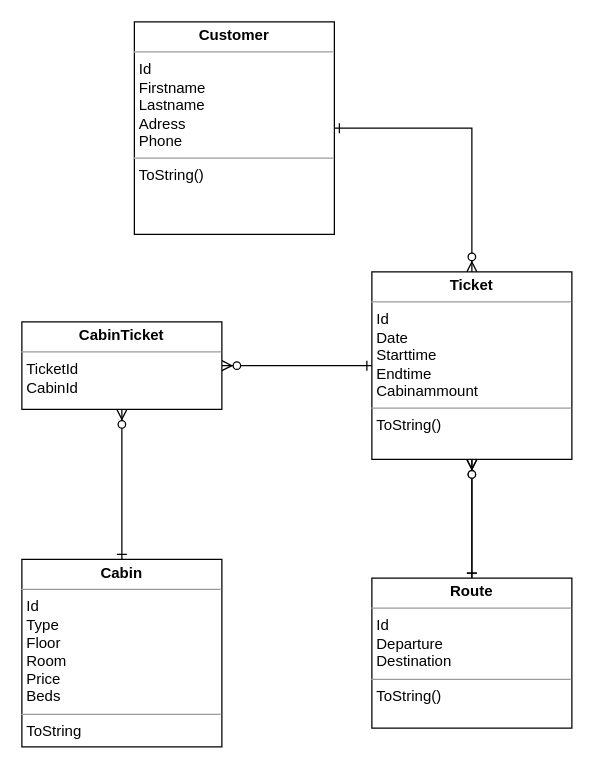
Earlier version of the draw.io diagram boatlineER.drawio (webappmet/boatline). Source tidied: cells renumbered, new cells numbered last; positions are measured from the earlier drawing's top-left corner, leaving out a move shared by most shapes. Both pictures are drawn from the tidied source at 125%, with x=0, y=0 at pixel (21, 21).
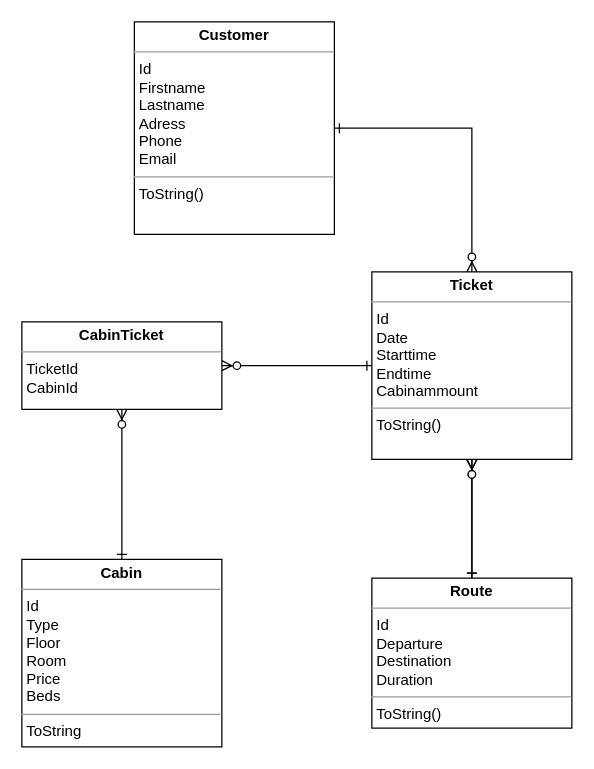
After the change.

The edit, as a diff of the source:
```diff
@@
 <mxGraphModel>
   <root>
     <mxCell id="0" />
     <mxCell id="1" parent="0" />
-    <mxCell id="2" value="&lt;p style=&quot;margin: 0px ; margin-top: 4px ; text-align: center&quot;&gt;&lt;b&gt;Customer&lt;/b&gt;&lt;/p&gt;&lt;hr size=&quot;1&quot;&gt;&lt;p style=&quot;margin: 0px ; margin-left: 4px&quot;&gt;Id&lt;/p&gt;&lt;p style=&quot;margin: 0px ; margin-left: 4px&quot;&gt;Firstname&lt;/p&gt;&lt;p style=&quot;margin: 0px ; margin-left: 4px&quot;&gt;Lastname&lt;/p&gt;&lt;p style=&quot;margin: 0px ; margin-left: 4px&quot;&gt;Adress&lt;/p&gt;&lt;p style=&quot;margin: 0px ; margin-left: 4px&quot;&gt;Phone&lt;/p&gt;&lt;hr size=&quot;1&quot;&gt;&lt;p style=&quot;margin: 0px ; margin-left: 4px&quot;&gt;ToString()&lt;/p&gt;" style="verticalAlign=top;align=left;overflow=fill;fontSize=12;fontFamily=Helvetica;html=1;" parent="1" vertex="1">
+    <mxCell id="2" value="&lt;p style=&quot;margin: 0px ; margin-top: 4px ; text-align: center&quot;&gt;&lt;b&gt;Customer&lt;/b&gt;&lt;/p&gt;&lt;hr size=&quot;1&quot;&gt;&lt;p style=&quot;margin: 0px ; margin-left: 4px&quot;&gt;Id&lt;/p&gt;&lt;p style=&quot;margin: 0px ; margin-left: 4px&quot;&gt;Firstname&lt;/p&gt;&lt;p style=&quot;margin: 0px ; margin-left: 4px&quot;&gt;Lastname&lt;/p&gt;&lt;p style=&quot;margin: 0px ; margin-left: 4px&quot;&gt;Adress&lt;/p&gt;&lt;p style=&quot;margin: 0px ; margin-left: 4px&quot;&gt;Phone&lt;/p&gt;&lt;p style=&quot;margin: 0px ; margin-left: 4px&quot;&gt;Email&lt;/p&gt;&lt;hr size=&quot;1&quot;&gt;&lt;p style=&quot;margin: 0px ; margin-left: 4px&quot;&gt;ToString()&lt;/p&gt;" style="verticalAlign=top;align=left;overflow=fill;fontSize=12;fontFamily=Helvetica;html=1;" parent="1" vertex="1">
       <mxGeometry x="90" width="160" height="170" as="geometry" />
     </mxCell>
     <mxCell id="3" style="edgeStyle=orthogonalEdgeStyle;rounded=0;jettySize=auto;html=1;entryX=1;entryY=0.5;entryDx=0;entryDy=0;endArrow=ERone;endFill=0;startArrow=ERzeroToMany;startFill=1;exitX=0.5;exitY=0;exitDx=0;exitDy=0;" parent="1" edge="1" source="5" target="2">
       <mxGeometry relative="1" as="geometry" />
     </mxCell>
     <mxCell id="4" style="edgeStyle=orthogonalEdgeStyle;rounded=0;jettySize=auto;html=1;startArrow=ERzeroToMany;startFill=1;endArrow=ERone;endFill=0;" parent="1" edge="1" source="5" target="8">
       <mxGeometry relative="1" as="geometry" />
     </mxCell>
     <mxCell id="5" value="&lt;p style=&quot;margin: 0px ; margin-top: 4px ; text-align: center&quot;&gt;&lt;b&gt;Ticket&lt;/b&gt;&lt;/p&gt;&lt;hr size=&quot;1&quot;&gt;&lt;p style=&quot;margin: 0px ; margin-left: 4px&quot;&gt;Id&lt;/p&gt;&lt;p style=&quot;margin: 0px ; margin-left: 4px&quot;&gt;Date&lt;/p&gt;&lt;p style=&quot;margin: 0px ; margin-left: 4px&quot;&gt;Starttime&lt;/p&gt;&lt;p style=&quot;margin: 0px ; margin-left: 4px&quot;&gt;Endtime&lt;/p&gt;&lt;p style=&quot;margin: 0px ; margin-left: 4px&quot;&gt;Cabinammount&lt;/p&gt;&lt;hr size=&quot;1&quot;&gt;&lt;p style=&quot;margin: 0px ; margin-left: 4px&quot;&gt;ToString()&lt;/p&gt;" style="verticalAlign=top;align=left;overflow=fill;fontSize=12;fontFamily=Helvetica;html=1;" parent="1" vertex="1">
       <mxGeometry x="280" y="200" width="160" height="150" as="geometry" />
     </mxCell>
     <mxCell id="6" value="&lt;p style=&quot;margin: 0px ; margin-top: 4px ; text-align: center&quot;&gt;&lt;b&gt;Cabin&lt;/b&gt;&lt;/p&gt;&lt;hr size=&quot;1&quot;&gt;&lt;p style=&quot;margin: 0px ; margin-left: 4px&quot;&gt;Id&lt;/p&gt;&lt;p style=&quot;margin: 0px ; margin-left: 4px&quot;&gt;Type&lt;/p&gt;&lt;p style=&quot;margin: 0px ; margin-left: 4px&quot;&gt;Floor&lt;/p&gt;&lt;p style=&quot;margin: 0px ; margin-left: 4px&quot;&gt;Room&lt;/p&gt;&lt;p style=&quot;margin: 0px ; margin-left: 4px&quot;&gt;Price&lt;/p&gt;&lt;p style=&quot;margin: 0px ; margin-left: 4px&quot;&gt;Beds&lt;/p&gt;&lt;hr size=&quot;1&quot;&gt;&lt;p style=&quot;margin: 0px ; margin-left: 4px&quot;&gt;ToString&lt;/p&gt;" style="verticalAlign=top;align=left;overflow=fill;fontSize=12;fontFamily=Helvetica;html=1;" parent="1" vertex="1">
       <mxGeometry y="430" width="160" height="150" as="geometry" />
     </mxCell>
     <mxCell id="7" style="edgeStyle=orthogonalEdgeStyle;rounded=0;jettySize=auto;html=1;startArrow=ERzeroToMany;startFill=1;endArrow=ERone;endFill=0;exitX=0.5;exitY=1;exitDx=0;exitDy=0;" parent="1" edge="1" source="5" target="8">
       <mxGeometry relative="1" as="geometry" />
     </mxCell>
-    <mxCell id="8" value="&lt;p style=&quot;margin: 0px ; margin-top: 4px ; text-align: center&quot;&gt;&lt;b&gt;Route&lt;/b&gt;&lt;/p&gt;&lt;hr size=&quot;1&quot;&gt;&lt;p style=&quot;margin: 0px ; margin-left: 4px&quot;&gt;Id&lt;/p&gt;&lt;p style=&quot;margin: 0px ; margin-left: 4px&quot;&gt;Departure&lt;/p&gt;&lt;p style=&quot;margin: 0px ; margin-left: 4px&quot;&gt;Destination&lt;/p&gt;&lt;hr size=&quot;1&quot;&gt;&lt;p style=&quot;margin: 0px ; margin-left: 4px&quot;&gt;ToString()&lt;/p&gt;" style="verticalAlign=top;align=left;overflow=fill;fontSize=12;fontFamily=Helvetica;html=1;" parent="1" vertex="1">
+    <mxCell id="8" value="&lt;p style=&quot;margin: 0px ; margin-top: 4px ; text-align: center&quot;&gt;&lt;b&gt;Route&lt;/b&gt;&lt;/p&gt;&lt;hr size=&quot;1&quot;&gt;&lt;p style=&quot;margin: 0px ; margin-left: 4px&quot;&gt;Id&lt;/p&gt;&lt;p style=&quot;margin: 0px ; margin-left: 4px&quot;&gt;Departure&lt;/p&gt;&lt;p style=&quot;margin: 0px ; margin-left: 4px&quot;&gt;Destination&lt;/p&gt;&lt;p style=&quot;margin: 0px ; margin-left: 4px&quot;&gt;Duration&lt;/p&gt;&lt;hr size=&quot;1&quot;&gt;&lt;p style=&quot;margin: 0px ; margin-left: 4px&quot;&gt;ToString()&lt;/p&gt;" style="verticalAlign=top;align=left;overflow=fill;fontSize=12;fontFamily=Helvetica;html=1;" parent="1" vertex="1">
       <mxGeometry x="280" y="445" width="160" height="120" as="geometry" />
     </mxCell>
     <mxCell id="9" style="edgeStyle=orthogonalEdgeStyle;rounded=0;jettySize=auto;html=1;entryX=0.5;entryY=0;entryDx=0;entryDy=0;startArrow=ERzeroToMany;startFill=1;endArrow=ERone;endFill=0;" parent="1" edge="1" source="11" target="6">
       <mxGeometry relative="1" as="geometry" />
     </mxCell>
     <mxCell id="10" style="edgeStyle=orthogonalEdgeStyle;rounded=0;jettySize=auto;html=1;entryX=0;entryY=0.5;entryDx=0;entryDy=0;startArrow=ERzeroToMany;startFill=1;endArrow=ERone;endFill=0;" parent="1" edge="1" source="11" target="5">
       <mxGeometry relative="1" as="geometry" />
     </mxCell>
     <mxCell id="11" value="&lt;p style=&quot;margin: 0px ; margin-top: 4px ; text-align: center&quot;&gt;&lt;b&gt;CabinTicket&lt;/b&gt;&lt;/p&gt;&lt;hr size=&quot;1&quot;&gt;&lt;p style=&quot;margin: 0px ; margin-left: 4px&quot;&gt;TicketId&lt;/p&gt;&lt;p style=&quot;margin: 0px ; margin-left: 4px&quot;&gt;CabinId&lt;/p&gt;" style="verticalAlign=top;align=left;overflow=fill;fontSize=12;fontFamily=Helvetica;html=1;" parent="1" vertex="1">
       <mxGeometry y="240" width="160" height="70" as="geometry" />
     </mxCell>
   </root>
 </mxGraphModel>
```
